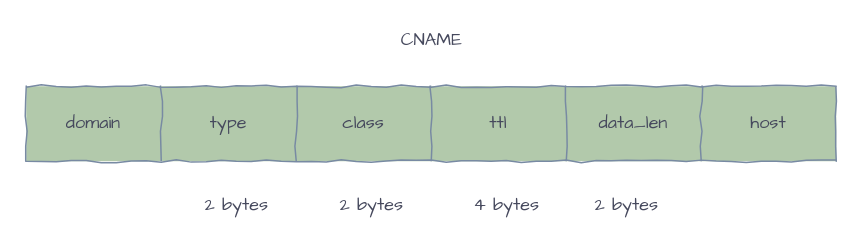
silan-liu/drawio keeps this draw.io diagram as page "CNAME" (19 of 19) of dns.drawio. Above is the earlier version. Source tidied: cells renumbered, new cells numbered last; positions are measured from the earlier drawing's top-left corner, leaving out a move shared by most shapes. Both pictures are drawn from the tidied source at 150%, with x=0, y=0 at pixel (26, 26).
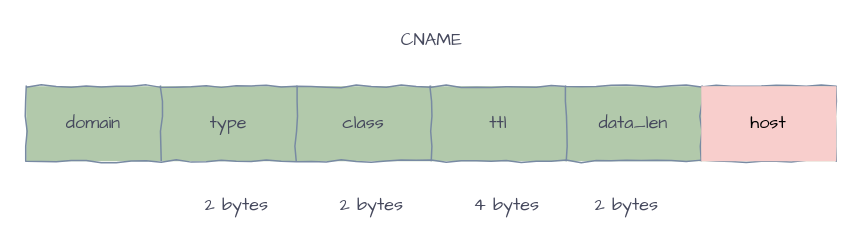
The same page after the edit.

Change to the diagram source:
```diff
@@
 <mxGraphModel>
   <root>
     <mxCell id="0" />
     <mxCell id="1" parent="0" />
     <mxCell id="2" style="shape=table;startSize=0;childLayout=tableLayout;comic=1;fillColor=#B2C9AB;strokeColor=#788AA3;fontColor=#46495D;fontFamily=Comic Sans MS;" parent="1" vertex="1">
       <mxGeometry y="40" width="540" height="50" as="geometry" />
     </mxCell>
     <mxCell id="3" style="shape=partialRectangle;fillColor=none;top=0;left=0;bottom=0;right=0;strokeColor=#788AA3;fontColor=#46495D;fontFamily=Comic Sans MS;" parent="2" vertex="1">
       <mxGeometry width="540" height="50" as="geometry" />
     </mxCell>
     <mxCell id="4" value="domain" style="shape=partialRectangle;html=1;whiteSpace=wrap;overflow=hidden;fillColor=none;top=0;left=0;bottom=0;right=0;strokeColor=#788AA3;fontColor=#46495D;fontFamily=Comic Sans MS;" parent="3" vertex="1">
       <mxGeometry width="90" height="50" as="geometry" />
     </mxCell>
     <mxCell id="5" value="type" style="shape=partialRectangle;html=1;whiteSpace=wrap;overflow=hidden;fillColor=none;top=0;left=0;bottom=0;right=0;strokeColor=#788AA3;fontColor=#46495D;fontFamily=Comic Sans MS;" parent="3" vertex="1">
       <mxGeometry x="90" width="90" height="50" as="geometry" />
     </mxCell>
     <mxCell id="6" value="class" style="shape=partialRectangle;html=1;whiteSpace=wrap;overflow=hidden;fillColor=none;top=0;left=0;bottom=0;right=0;strokeColor=#788AA3;fontColor=#46495D;fontFamily=Comic Sans MS;" parent="3" vertex="1">
       <mxGeometry x="180" width="90" height="50" as="geometry" />
     </mxCell>
     <mxCell id="7" value="ttl" style="shape=partialRectangle;html=1;whiteSpace=wrap;overflow=hidden;fillColor=none;top=0;left=0;bottom=0;right=0;strokeColor=#788AA3;fontColor=#46495D;fontFamily=Comic Sans MS;" parent="3" vertex="1">
       <mxGeometry x="270" width="90" height="50" as="geometry" />
     </mxCell>
     <mxCell id="8" value="data_len" style="shape=partialRectangle;html=1;whiteSpace=wrap;overflow=hidden;fillColor=none;top=0;left=0;bottom=0;right=0;strokeColor=#788AA3;fontColor=#46495D;fontFamily=Comic Sans MS;" parent="3" vertex="1">
       <mxGeometry x="360" width="90" height="50" as="geometry" />
     </mxCell>
-    <mxCell id="9" value="host" style="shape=partialRectangle;html=1;whiteSpace=wrap;overflow=hidden;fillColor=none;top=0;left=0;bottom=0;right=0;strokeColor=#788AA3;fontColor=#46495D;fontFamily=Comic Sans MS;" parent="3" vertex="1">
+    <mxCell id="9" value="host" style="shape=partialRectangle;html=1;whiteSpace=wrap;overflow=hidden;fillColor=#f8cecc;top=0;left=0;bottom=0;right=0;strokeColor=#b85450;fontFamily=Comic Sans MS;" parent="3" vertex="1">
       <mxGeometry x="450" width="90" height="50" as="geometry" />
     </mxCell>
     <mxCell id="10" value="CNAME" style="text;html=1;align=center;verticalAlign=middle;strokeColor=none;fontColor=#46495D;fontFamily=Comic Sans MS;" parent="1" vertex="1">
       <mxGeometry x="240" width="60" height="20" as="geometry" />
     </mxCell>
     <mxCell id="11" value="2 bytes" style="text;html=1;align=center;verticalAlign=middle;strokeColor=none;fontFamily=Comic Sans MS;fontColor=#46495D;" parent="1" vertex="1">
       <mxGeometry x="110" y="110" width="60" height="20" as="geometry" />
     </mxCell>
     <mxCell id="12" value="2 bytes" style="text;html=1;align=center;verticalAlign=middle;strokeColor=none;fontFamily=Comic Sans MS;fontColor=#46495D;" parent="1" vertex="1">
       <mxGeometry x="200" y="110" width="60" height="20" as="geometry" />
     </mxCell>
     <mxCell id="13" value="4 bytes" style="text;html=1;align=center;verticalAlign=middle;strokeColor=none;fontFamily=Comic Sans MS;fontColor=#46495D;" parent="1" vertex="1">
       <mxGeometry x="290" y="110" width="60" height="20" as="geometry" />
     </mxCell>
     <mxCell id="14" value="2 bytes" style="text;html=1;align=center;verticalAlign=middle;strokeColor=none;fontFamily=Comic Sans MS;fontColor=#46495D;" parent="1" vertex="1">
       <mxGeometry x="370" y="110" width="60" height="20" as="geometry" />
     </mxCell>
   </root>
 </mxGraphModel>
```
